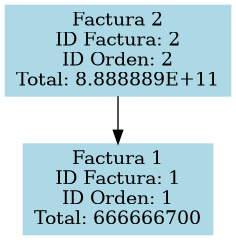
The Graphviz diagram reporte_facturas.png in bryanthr6/-EDD-1S2025_201701010, before a commit. Its source is kept beside it as reporte_facturas.dot.
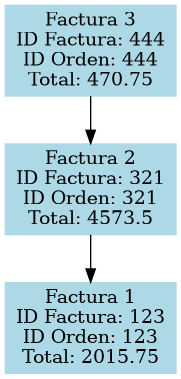
The same file after the commit.

What changed in the source:
```diff
@@ -1,7 +1,9 @@
 digraph G {
     rankdir=TB;
     node [shape=box, style=filled, color=lightblue];
-    factura2 [label="Factura 2\nID Factura: 2\nID Orden: 2\nTotal: 8.888889E+11"];
+    factura3 [label="Factura 3\nID Factura: 444\nID Orden: 444\nTotal: 470.75"];
+    factura3 -> factura2 [dir=forward];
+    factura2 [label="Factura 2\nID Factura: 321\nID Orden: 321\nTotal: 4573.5"];
     factura2 -> factura1 [dir=forward];
-    factura1 [label="Factura 1\nID Factura: 1\nID Orden: 1\nTotal: 666666700"];
+    factura1 [label="Factura 1\nID Factura: 123\nID Orden: 123\nTotal: 2015.75"];
 }
```
